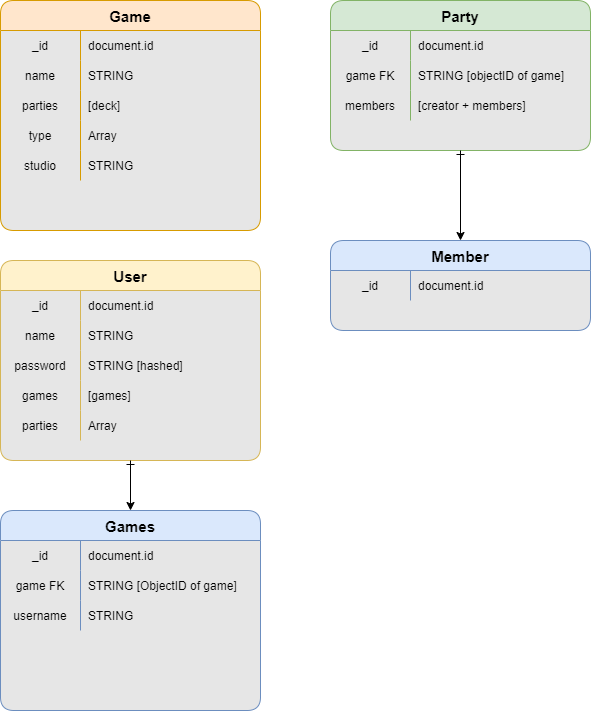
The draw.io diagram LFG-EMD.png in justin-aquino/LFG-client, before a commit. Source tidied: cells renumbered, new cells last; positions are measured from the earlier drawing's top-left corner, leaving out a move shared by most shapes.
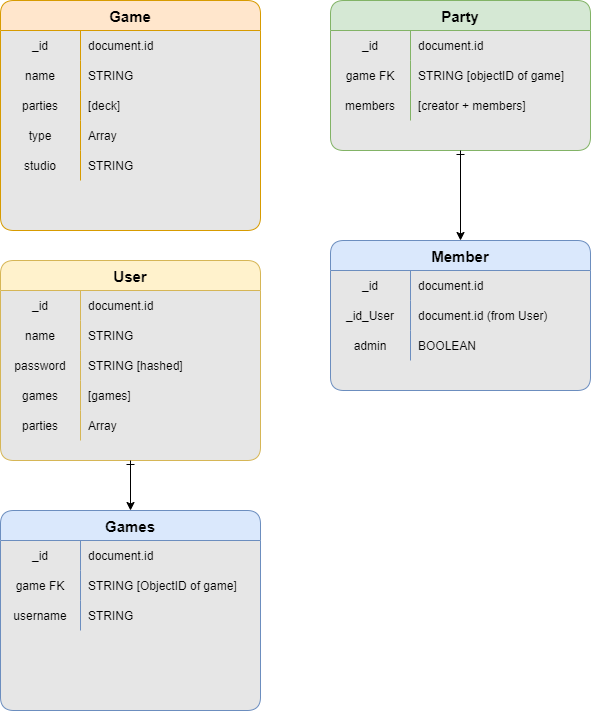
Later version of the same file.

Commit message:
update to  member collectin

Change to the diagram source:
```diff
@@ -99,7 +99,7 @@
       <mxGeometry x="80" width="180" height="30" as="geometry" />
     </mxCell>
     <mxCell id="34" value="Member" style="shape=table;startSize=30;rowLines=0;fontStyle=1;align=center;rounded=1;fillColor=#dae8fc;strokeColor=#6c8ebf;swimlaneFillColor=#E6E6E6;fontSize=15;fontFamily=Helvetica;" parent="1" vertex="1">
-      <mxGeometry x="330" y="240" width="260" height="90" as="geometry" />
+      <mxGeometry x="330" y="240" width="260" height="150" as="geometry" />
     </mxCell>
     <mxCell id="35" style="shape=tableRow;horizontal=0;startSize=0;swimlaneHead=0;swimlaneBody=0;fillColor=none;top=0;left=0;right=0;bottom=0;rounded=1;fontFamily=Helvetica;" parent="34" vertex="1">
       <mxGeometry y="30" width="260" height="30" as="geometry" />
@@ -110,6 +110,24 @@
     <mxCell id="37" value="document.id" style="shape=partialRectangle;fillColor=none;top=0;left=0;bottom=0;right=0;align=left;spacingLeft=6;overflow=hidden;rounded=1;fontFamily=Helvetica;" parent="35" vertex="1">
       <mxGeometry x="80" width="180" height="30" as="geometry" />
     </mxCell>
+    <mxCell id="60" style="shape=tableRow;horizontal=0;startSize=0;swimlaneHead=0;swimlaneBody=0;fillColor=none;top=0;left=0;right=0;bottom=0;rounded=1;fontFamily=Helvetica;" parent="34" vertex="1">
+      <mxGeometry y="60" width="260" height="30" as="geometry" />
+    </mxCell>
+    <mxCell id="61" value="_id_User" style="shape=partialRectangle;fillColor=none;top=0;left=0;bottom=0;right=0;overflow=hidden;rounded=1;fontFamily=Helvetica;" parent="60" vertex="1">
+      <mxGeometry width="80" height="30" as="geometry" />
+    </mxCell>
+    <mxCell id="62" value="document.id (from User)" style="shape=partialRectangle;fillColor=none;top=0;left=0;bottom=0;right=0;align=left;spacingLeft=6;overflow=hidden;rounded=1;fontFamily=Helvetica;" parent="60" vertex="1">
+      <mxGeometry x="80" width="180" height="30" as="geometry" />
+    </mxCell>
+    <mxCell id="63" style="shape=tableRow;horizontal=0;startSize=0;swimlaneHead=0;swimlaneBody=0;fillColor=none;top=0;left=0;right=0;bottom=0;rounded=1;fontFamily=Helvetica;" parent="34" vertex="1">
+      <mxGeometry y="90" width="260" height="30" as="geometry" />
+    </mxCell>
+    <mxCell id="64" value="admin" style="shape=partialRectangle;fillColor=none;top=0;left=0;bottom=0;right=0;overflow=hidden;rounded=1;fontFamily=Helvetica;" parent="63" vertex="1">
+      <mxGeometry width="80" height="30" as="geometry" />
+    </mxCell>
+    <mxCell id="65" value="BOOLEAN" style="shape=partialRectangle;fillColor=none;top=0;left=0;bottom=0;right=0;align=left;spacingLeft=6;overflow=hidden;rounded=1;fontFamily=Helvetica;" parent="63" vertex="1">
+      <mxGeometry x="80" width="180" height="30" as="geometry" />
+    </mxCell>
     <mxCell id="38" value="Party" style="shape=table;startSize=30;rowLines=0;fontStyle=1;align=center;rounded=1;fillColor=#d5e8d4;strokeColor=#82b366;swimlaneFillColor=#E6E6E6;fontSize=15;fontFamily=Helvetica;" parent="1" vertex="1">
       <mxGeometry x="330" width="260" height="150" as="geometry" />
     </mxCell>
```
